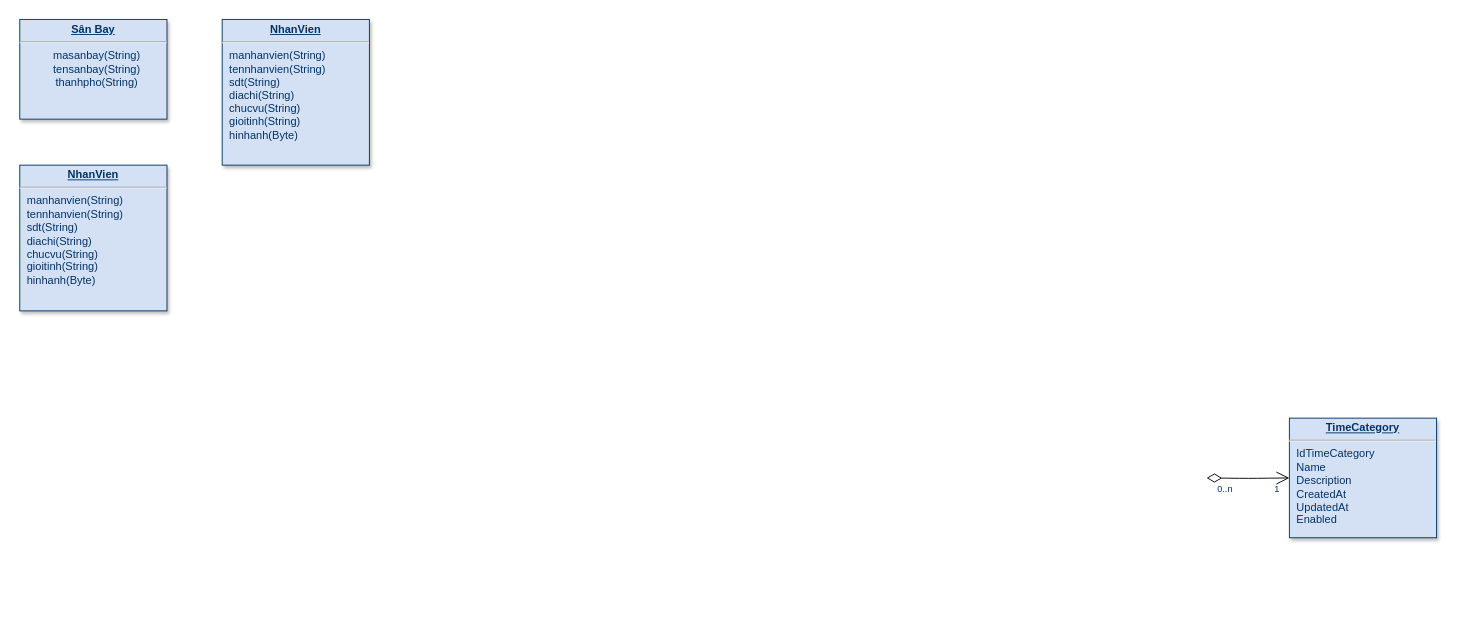
Before: Biểu đồ không có tiêu đề.drawio in DungZG/TrackingFlight, a draw.io diagram. Source tidied: cells renumbered, new cells numbered last; positions are measured from the earlier drawing's top-left corner, leaving out a move shared by most shapes. Both pictures are drawn from the tidied source at 92%, with x=0, y=0 at pixel (19, 19).
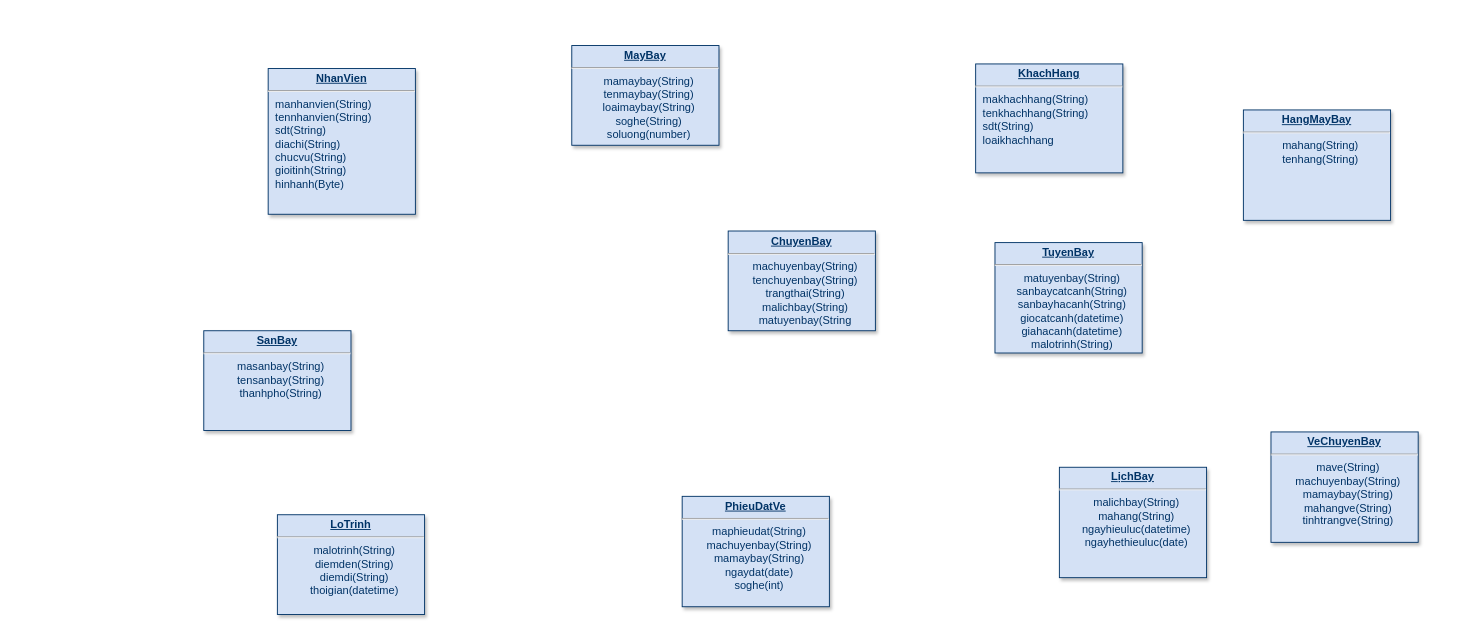
The same page after the edit.

Commit message:
Cập nhật Biểu đồ không có tiêu đề.drawio

Change to the diagram source:
```diff
@@
 <mxGraphModel>
   <root>
     <mxCell id="0" />
     <mxCell id="1" parent="0" />
     <mxCell id="2" value="&lt;p style=&quot;margin: 0px; margin-top: 4px; text-align: center; text-decoration: underline;&quot;&gt;&lt;b&gt;NhanVien&lt;/b&gt;&lt;/p&gt;&lt;hr&gt;&lt;p style=&quot;margin: 0px; margin-left: 8px;&quot;&gt;manhanvien(String)&lt;/p&gt;&lt;p style=&quot;margin: 0px; margin-left: 8px;&quot;&gt;tennhanvien(String)&lt;/p&gt;&lt;p style=&quot;margin: 0px; margin-left: 8px;&quot;&gt;sdt(String)&lt;/p&gt;&lt;p style=&quot;margin: 0px; margin-left: 8px;&quot;&gt;diachi(String)&lt;/p&gt;&lt;p style=&quot;margin: 0px; margin-left: 8px;&quot;&gt;chucvu(String)&lt;/p&gt;&lt;p style=&quot;margin: 0px; margin-left: 8px;&quot;&gt;gioitinh(String)&lt;/p&gt;&lt;p style=&quot;margin: 0px; margin-left: 8px;&quot;&gt;hinhanh(Byte)&lt;/p&gt;&lt;p style=&quot;margin: 0px; margin-left: 8px;&quot;&gt;&lt;br&gt;&lt;/p&gt;" style="verticalAlign=top;align=left;overflow=fill;fontSize=12;fontFamily=Helvetica;html=1;strokeColor=#003366;shadow=1;fillColor=#D4E1F5;fontColor=#003366;" parent="1" vertex="1">
-      <mxGeometry y="158" width="160" height="158.4" as="geometry" />
+      <mxGeometry x="270" y="53" width="160" height="158.4" as="geometry" />
     </mxCell>
-    <mxCell id="3" value="&lt;p style=&quot;margin: 4px 0px 0px; text-align: center;&quot;&gt;&lt;b style=&quot;text-decoration-line: underline;&quot;&gt;S&lt;/b&gt;&lt;span style=&quot;background-color: transparent; text-align: left;&quot;&gt;&lt;b&gt;&lt;u&gt;ân Bay&lt;/u&gt;&lt;/b&gt;&lt;/span&gt;&lt;/p&gt;&lt;hr&gt;&lt;p style=&quot;text-align: center; margin: 0px 0px 0px 8px;&quot;&gt;masanbay(String)&lt;/p&gt;&lt;p style=&quot;text-align: center; margin: 0px 0px 0px 8px;&quot;&gt;tensanbay(String)&lt;/p&gt;&lt;p style=&quot;text-align: center; margin: 0px 0px 0px 8px;&quot;&gt;thanhpho(String)&lt;/p&gt;" style="verticalAlign=top;align=left;overflow=fill;fontSize=12;fontFamily=Helvetica;html=1;strokeColor=#003366;shadow=1;fillColor=#D4E1F5;fontColor=#003366;" parent="1" vertex="1">
-      <mxGeometry y="-0.4" width="160" height="108.4" as="geometry" />
+    <mxCell id="3" value="&lt;p style=&quot;margin: 4px 0px 0px; text-align: center;&quot;&gt;&lt;b&gt;&lt;u&gt;SanBay&lt;/u&gt;&lt;/b&gt;&lt;/p&gt;&lt;hr&gt;&lt;p style=&quot;text-align: center; margin: 0px 0px 0px 8px;&quot;&gt;masanbay(String)&lt;/p&gt;&lt;p style=&quot;text-align: center; margin: 0px 0px 0px 8px;&quot;&gt;tensanbay(String)&lt;/p&gt;&lt;p style=&quot;text-align: center; margin: 0px 0px 0px 8px;&quot;&gt;thanhpho(String)&lt;/p&gt;" style="verticalAlign=top;align=left;overflow=fill;fontSize=12;fontFamily=Helvetica;html=1;strokeColor=#003366;shadow=1;fillColor=#D4E1F5;fontColor=#003366;" parent="1" vertex="1">
+      <mxGeometry x="200" y="338" width="160" height="108.4" as="geometry" />
     </mxCell>
-    <mxCell id="4" value="&lt;p style=&quot;margin: 0px; margin-top: 4px; text-align: center; text-decoration: underline;&quot;&gt;&lt;strong&gt;TimeCategory&lt;/strong&gt;&lt;/p&gt;&lt;hr /&gt;&lt;p style=&quot;margin: 0px; margin-left: 8px;&quot;&gt;IdTimeCategory&lt;/p&gt;&lt;p style=&quot;margin: 0px; margin-left: 8px;&quot;&gt;Name&lt;/p&gt;&lt;p style=&quot;margin: 0px; margin-left: 8px;&quot;&gt;Description&lt;/p&gt;&lt;p style=&quot;margin: 0px; margin-left: 8px;&quot;&gt;CreatedAt&lt;/p&gt;&lt;p style=&quot;margin: 0px; margin-left: 8px;&quot;&gt;UpdatedAt&lt;/p&gt;&lt;p style=&quot;margin: 0px; margin-left: 8px;&quot;&gt;Enabled&lt;/p&gt;" style="verticalAlign=top;align=left;overflow=fill;fontSize=12;fontFamily=Helvetica;html=1;strokeColor=#003366;shadow=1;fillColor=#D4E1F5;fontColor=#003366;" parent="1" vertex="1">
-      <mxGeometry x="1380" y="433" width="160" height="130" as="geometry" />
-    </mxCell>
-    <mxCell id="5" style="endArrow=open;endSize=12;startArrow=diamondThin;startSize=14;startFill=0;edgeStyle=orthogonalEdgeStyle;" parent="1" edge="1" target="4">
-      <mxGeometry x="1309.4" y="540" as="geometry">
-        <mxPoint x="1290" y="498" as="sourcePoint" />
-      </mxGeometry>
-    </mxCell>
-    <mxCell id="6" value="0..n" style="align=left;verticalAlign=top;labelBackgroundColor=#ffffff;fontSize=10;strokeColor=#003366;shadow=1;fillColor=#D4E1F5;fontColor=#003366;" parent="5" vertex="1">
-      <mxGeometry x="-1" relative="1" as="geometry">
-        <mxPoint x="10" as="offset" />
-      </mxGeometry>
-    </mxCell>
-    <mxCell id="7" value="1" style="align=right;verticalAlign=top;labelBackgroundColor=#ffffff;fontSize=10;strokeColor=#003366;shadow=1;fillColor=#D4E1F5;fontColor=#003366;" parent="5" vertex="1">
-      <mxGeometry x="1" relative="1" as="geometry">
-        <mxPoint x="-10" as="offset" />
-      </mxGeometry>
-    </mxCell>
-    <mxCell id="8" value="&lt;p style=&quot;margin: 0px; margin-top: 4px; text-align: center; text-decoration: underline;&quot;&gt;&lt;b&gt;NhanVien&lt;/b&gt;&lt;/p&gt;&lt;hr&gt;&lt;p style=&quot;margin: 0px; margin-left: 8px;&quot;&gt;manhanvien(String)&lt;/p&gt;&lt;p style=&quot;margin: 0px; margin-left: 8px;&quot;&gt;tennhanvien(String)&lt;/p&gt;&lt;p style=&quot;margin: 0px; margin-left: 8px;&quot;&gt;sdt(String)&lt;/p&gt;&lt;p style=&quot;margin: 0px; margin-left: 8px;&quot;&gt;diachi(String)&lt;/p&gt;&lt;p style=&quot;margin: 0px; margin-left: 8px;&quot;&gt;chucvu(String)&lt;/p&gt;&lt;p style=&quot;margin: 0px; margin-left: 8px;&quot;&gt;gioitinh(String)&lt;/p&gt;&lt;p style=&quot;margin: 0px; margin-left: 8px;&quot;&gt;hinhanh(Byte)&lt;/p&gt;&lt;p style=&quot;margin: 0px; margin-left: 8px;&quot;&gt;&lt;br&gt;&lt;/p&gt;" style="verticalAlign=top;align=left;overflow=fill;fontSize=12;fontFamily=Helvetica;html=1;strokeColor=#003366;shadow=1;fillColor=#D4E1F5;fontColor=#003366;" parent="1" vertex="1">
-      <mxGeometry x="220" y="-0.4" width="160" height="158.4" as="geometry" />
+    <mxCell id="8" value="&lt;p style=&quot;margin: 0px; margin-top: 4px; text-align: center; text-decoration: underline;&quot;&gt;&lt;b&gt;KhachHang&lt;/b&gt;&lt;/p&gt;&lt;hr&gt;&lt;p style=&quot;margin: 0px; margin-left: 8px;&quot;&gt;makhachhang(String)&lt;/p&gt;&lt;p style=&quot;margin: 0px; margin-left: 8px;&quot;&gt;tenkhachhang(String)&lt;/p&gt;&lt;p style=&quot;margin: 0px; margin-left: 8px;&quot;&gt;sdt(String)&lt;/p&gt;&lt;p style=&quot;margin: 0px; margin-left: 8px;&quot;&gt;loaikhachhang&lt;/p&gt;&lt;p style=&quot;margin: 0px; margin-left: 8px;&quot;&gt;&lt;br&gt;&lt;/p&gt;&lt;p style=&quot;margin: 0px; margin-left: 8px;&quot;&gt;&lt;br&gt;&lt;/p&gt;" style="verticalAlign=top;align=left;overflow=fill;fontSize=12;fontFamily=Helvetica;html=1;strokeColor=#003366;shadow=1;fillColor=#D4E1F5;fontColor=#003366;" parent="1" vertex="1">
+      <mxGeometry x="1039" y="48" width="160" height="118.4" as="geometry" />
     </mxCell>
+    <mxCell id="9" value="&lt;p style=&quot;margin: 4px 0px 0px; text-align: center;&quot;&gt;&lt;b&gt;&lt;u&gt;MayBay&lt;/u&gt;&lt;/b&gt;&lt;/p&gt;&lt;hr&gt;&lt;p style=&quot;text-align: center; margin: 0px 0px 0px 8px;&quot;&gt;mamaybay(String)&lt;/p&gt;&lt;p style=&quot;text-align: center; margin: 0px 0px 0px 8px;&quot;&gt;tenmaybay(String)&lt;/p&gt;&lt;p style=&quot;text-align: center; margin: 0px 0px 0px 8px;&quot;&gt;loaimaybay(String)&lt;/p&gt;&lt;p style=&quot;text-align: center; margin: 0px 0px 0px 8px;&quot;&gt;soghe(String)&lt;/p&gt;&lt;p style=&quot;text-align: center; margin: 0px 0px 0px 8px;&quot;&gt;soluong(number)&lt;/p&gt;" style="verticalAlign=top;align=left;overflow=fill;fontSize=12;fontFamily=Helvetica;html=1;strokeColor=#003366;shadow=1;fillColor=#D4E1F5;fontColor=#003366;" parent="1" vertex="1">
+      <mxGeometry x="600" y="28" width="160" height="108.4" as="geometry" />
+    </mxCell>
+    <mxCell id="10" value="&lt;p style=&quot;margin: 4px 0px 0px; text-align: center;&quot;&gt;&lt;b&gt;&lt;u&gt;LoTrinh&lt;/u&gt;&lt;/b&gt;&lt;/p&gt;&lt;hr&gt;&lt;p style=&quot;text-align: center; margin: 0px 0px 0px 8px;&quot;&gt;malotrinh(String)&lt;/p&gt;&lt;p style=&quot;text-align: center; margin: 0px 0px 0px 8px;&quot;&gt;diemden(String)&lt;/p&gt;&lt;p style=&quot;text-align: center; margin: 0px 0px 0px 8px;&quot;&gt;diemdi(String)&lt;/p&gt;&lt;p style=&quot;text-align: center; margin: 0px 0px 0px 8px;&quot;&gt;thoigian(datetime)&lt;/p&gt;" style="verticalAlign=top;align=left;overflow=fill;fontSize=12;fontFamily=Helvetica;html=1;strokeColor=#003366;shadow=1;fillColor=#D4E1F5;fontColor=#003366;" parent="1" vertex="1">
+      <mxGeometry x="280" y="538" width="160" height="108.4" as="geometry" />
+    </mxCell>
+    <mxCell id="11" value="&lt;p style=&quot;margin: 4px 0px 0px; text-align: center;&quot;&gt;&lt;b&gt;&lt;u&gt;ChuyenBay&lt;/u&gt;&lt;/b&gt;&lt;/p&gt;&lt;hr&gt;&lt;p style=&quot;text-align: center; margin: 0px 0px 0px 8px;&quot;&gt;machuyenbay(String)&lt;/p&gt;&lt;p style=&quot;text-align: center; margin: 0px 0px 0px 8px;&quot;&gt;tenchuyenbay(String)&lt;/p&gt;&lt;p style=&quot;text-align: center; margin: 0px 0px 0px 8px;&quot;&gt;trangthai(String)&lt;/p&gt;&lt;p style=&quot;text-align: center; margin: 0px 0px 0px 8px;&quot;&gt;malichbay(String)&lt;/p&gt;&lt;p style=&quot;text-align: center; margin: 0px 0px 0px 8px;&quot;&gt;matuyenbay(String&lt;/p&gt;&lt;p style=&quot;text-align: center; margin: 0px 0px 0px 8px;&quot;&gt;&lt;br&gt;&lt;/p&gt;" style="verticalAlign=top;align=left;overflow=fill;fontSize=12;fontFamily=Helvetica;html=1;strokeColor=#003366;shadow=1;fillColor=#D4E1F5;fontColor=#003366;" parent="1" vertex="1">
+      <mxGeometry x="770" y="229.6" width="160" height="108.4" as="geometry" />
+    </mxCell>
+    <mxCell id="12" value="&lt;p style=&quot;margin: 4px 0px 0px; text-align: center;&quot;&gt;&lt;b&gt;&lt;u&gt;TuyenBay&lt;/u&gt;&lt;/b&gt;&lt;/p&gt;&lt;hr&gt;&lt;p style=&quot;text-align: center; margin: 0px 0px 0px 8px;&quot;&gt;matuyenbay(String)&lt;/p&gt;&lt;p style=&quot;text-align: center; margin: 0px 0px 0px 8px;&quot;&gt;sanbaycatcanh(String)&lt;/p&gt;&lt;p style=&quot;text-align: center; margin: 0px 0px 0px 8px;&quot;&gt;sanbayhacanh(String)&lt;/p&gt;&lt;p style=&quot;text-align: center; margin: 0px 0px 0px 8px;&quot;&gt;giocatcanh(datetime)&lt;/p&gt;&lt;p style=&quot;text-align: center; margin: 0px 0px 0px 8px;&quot;&gt;giahacanh(datetime)&lt;/p&gt;&lt;p style=&quot;text-align: center; margin: 0px 0px 0px 8px;&quot;&gt;malotrinh(String)&lt;/p&gt;&lt;p style=&quot;text-align: center; margin: 0px 0px 0px 8px;&quot;&gt;&lt;br&gt;&lt;/p&gt;" style="verticalAlign=top;align=left;overflow=fill;fontSize=12;fontFamily=Helvetica;html=1;strokeColor=#003366;shadow=1;fillColor=#D4E1F5;fontColor=#003366;" parent="1" vertex="1">
+      <mxGeometry x="1060" y="242.2" width="160" height="120" as="geometry" />
+    </mxCell>
+    <mxCell id="13" value="&lt;p style=&quot;margin: 4px 0px 0px; text-align: center;&quot;&gt;&lt;b&gt;&lt;u&gt;HangMayBay&lt;/u&gt;&lt;/b&gt;&lt;/p&gt;&lt;hr&gt;&lt;p style=&quot;text-align: center; margin: 0px 0px 0px 8px;&quot;&gt;mahang(String)&lt;/p&gt;&lt;p style=&quot;text-align: center; margin: 0px 0px 0px 8px;&quot;&gt;tenhang(String)&lt;/p&gt;&lt;p style=&quot;text-align: center; margin: 0px 0px 0px 8px;&quot;&gt;&lt;br&gt;&lt;/p&gt;" style="verticalAlign=top;align=left;overflow=fill;fontSize=12;fontFamily=Helvetica;html=1;strokeColor=#003366;shadow=1;fillColor=#D4E1F5;fontColor=#003366;" parent="1" vertex="1">
+      <mxGeometry x="1330" y="98" width="160" height="120" as="geometry" />
+    </mxCell>
+    <mxCell id="14" value="&lt;p style=&quot;margin: 4px 0px 0px; text-align: center;&quot;&gt;&lt;b&gt;&lt;u&gt;L&lt;/u&gt;&lt;/b&gt;&lt;span style=&quot;background-color: transparent; text-align: left;&quot;&gt;&lt;b&gt;&lt;u&gt;ịchBay&lt;/u&gt;&lt;/b&gt;&lt;/span&gt;&lt;/p&gt;&lt;hr&gt;&lt;p style=&quot;text-align: center; margin: 0px 0px 0px 8px;&quot;&gt;malichbay(String)&lt;/p&gt;&lt;p style=&quot;text-align: center; margin: 0px 0px 0px 8px;&quot;&gt;mahang(String)&lt;/p&gt;&lt;p style=&quot;text-align: center; margin: 0px 0px 0px 8px;&quot;&gt;ngayhieuluc(datetime)&lt;/p&gt;&lt;p style=&quot;text-align: center; margin: 0px 0px 0px 8px;&quot;&gt;ngayhethieuluc(date)&lt;/p&gt;&lt;p style=&quot;text-align: center; margin: 0px 0px 0px 8px;&quot;&gt;&lt;br&gt;&lt;/p&gt;" style="verticalAlign=top;align=left;overflow=fill;fontSize=12;fontFamily=Helvetica;html=1;strokeColor=#003366;shadow=1;fillColor=#D4E1F5;fontColor=#003366;" parent="1" vertex="1">
+      <mxGeometry x="1130" y="486.4" width="160" height="120" as="geometry" />
+    </mxCell>
+    <mxCell id="15" value="&lt;p style=&quot;margin: 4px 0px 0px; text-align: center;&quot;&gt;&lt;b&gt;&lt;u&gt;PhieuDatVe&lt;/u&gt;&lt;/b&gt;&lt;/p&gt;&lt;hr&gt;&lt;p style=&quot;text-align: center; margin: 0px 0px 0px 8px;&quot;&gt;maphieudat(String)&lt;/p&gt;&lt;p style=&quot;text-align: center; margin: 0px 0px 0px 8px;&quot;&gt;machuyenbay(String)&lt;/p&gt;&lt;p style=&quot;text-align: center; margin: 0px 0px 0px 8px;&quot;&gt;mamaybay(String)&lt;/p&gt;&lt;p style=&quot;text-align: center; margin: 0px 0px 0px 8px;&quot;&gt;ngaydat(date)&lt;/p&gt;&lt;p style=&quot;text-align: center; margin: 0px 0px 0px 8px;&quot;&gt;soghe(int)&lt;/p&gt;&lt;p style=&quot;text-align: center; margin: 0px 0px 0px 8px;&quot;&gt;&lt;br&gt;&lt;/p&gt;" style="verticalAlign=top;align=left;overflow=fill;fontSize=12;fontFamily=Helvetica;html=1;strokeColor=#003366;shadow=1;fillColor=#D4E1F5;fontColor=#003366;" parent="1" vertex="1">
+      <mxGeometry x="720" y="518" width="160" height="120" as="geometry" />
+    </mxCell>
+    <mxCell id="16" value="&lt;p style=&quot;margin: 4px 0px 0px; text-align: center;&quot;&gt;&lt;b&gt;&lt;u&gt;VeChuyenBay&lt;/u&gt;&lt;/b&gt;&lt;/p&gt;&lt;hr&gt;&lt;p style=&quot;text-align: center; margin: 0px 0px 0px 8px;&quot;&gt;mave(String)&lt;/p&gt;&lt;p style=&quot;text-align: center; margin: 0px 0px 0px 8px;&quot;&gt;machuyenbay(String)&lt;/p&gt;&lt;p style=&quot;text-align: center; margin: 0px 0px 0px 8px;&quot;&gt;mamaybay(String)&lt;/p&gt;&lt;p style=&quot;text-align: center; margin: 0px 0px 0px 8px;&quot;&gt;mahangve(String)&lt;/p&gt;&lt;p style=&quot;text-align: center; margin: 0px 0px 0px 8px;&quot;&gt;tinhtrangve(String)&lt;/p&gt;&lt;p style=&quot;text-align: center; margin: 0px 0px 0px 8px;&quot;&gt;&lt;br&gt;&lt;/p&gt;" style="verticalAlign=top;align=left;overflow=fill;fontSize=12;fontFamily=Helvetica;html=1;strokeColor=#003366;shadow=1;fillColor=#D4E1F5;fontColor=#003366;" parent="1" vertex="1">
+      <mxGeometry x="1360" y="448" width="160" height="120" as="geometry" />
+    </mxCell>
   </root>
 </mxGraphModel>
```
